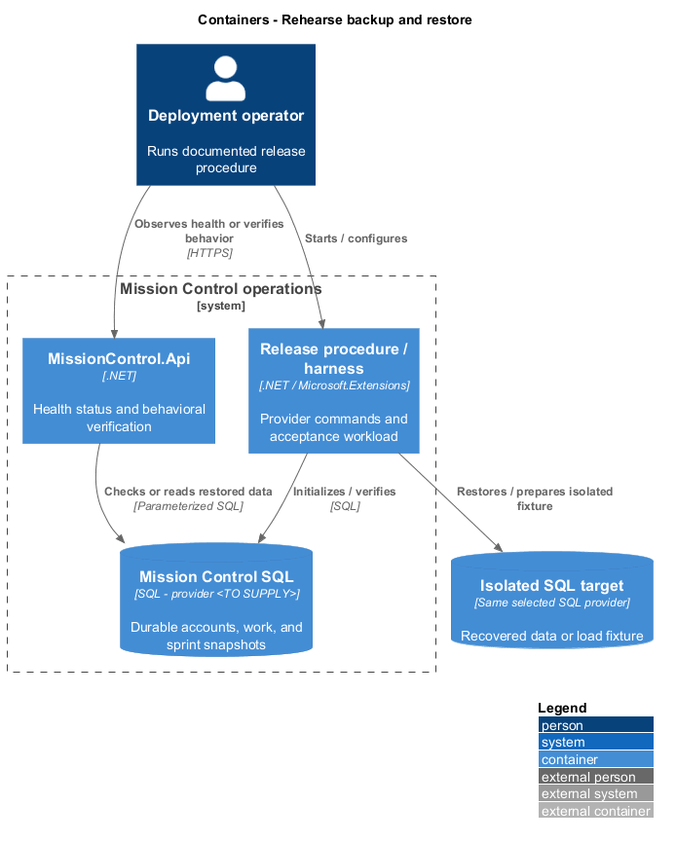
This is docs/detailed-designs/operations/restore-data/diagrams/c4-container.png from QuinntyneBrown/mission-control, a PlantUML export, as it was before one commit.
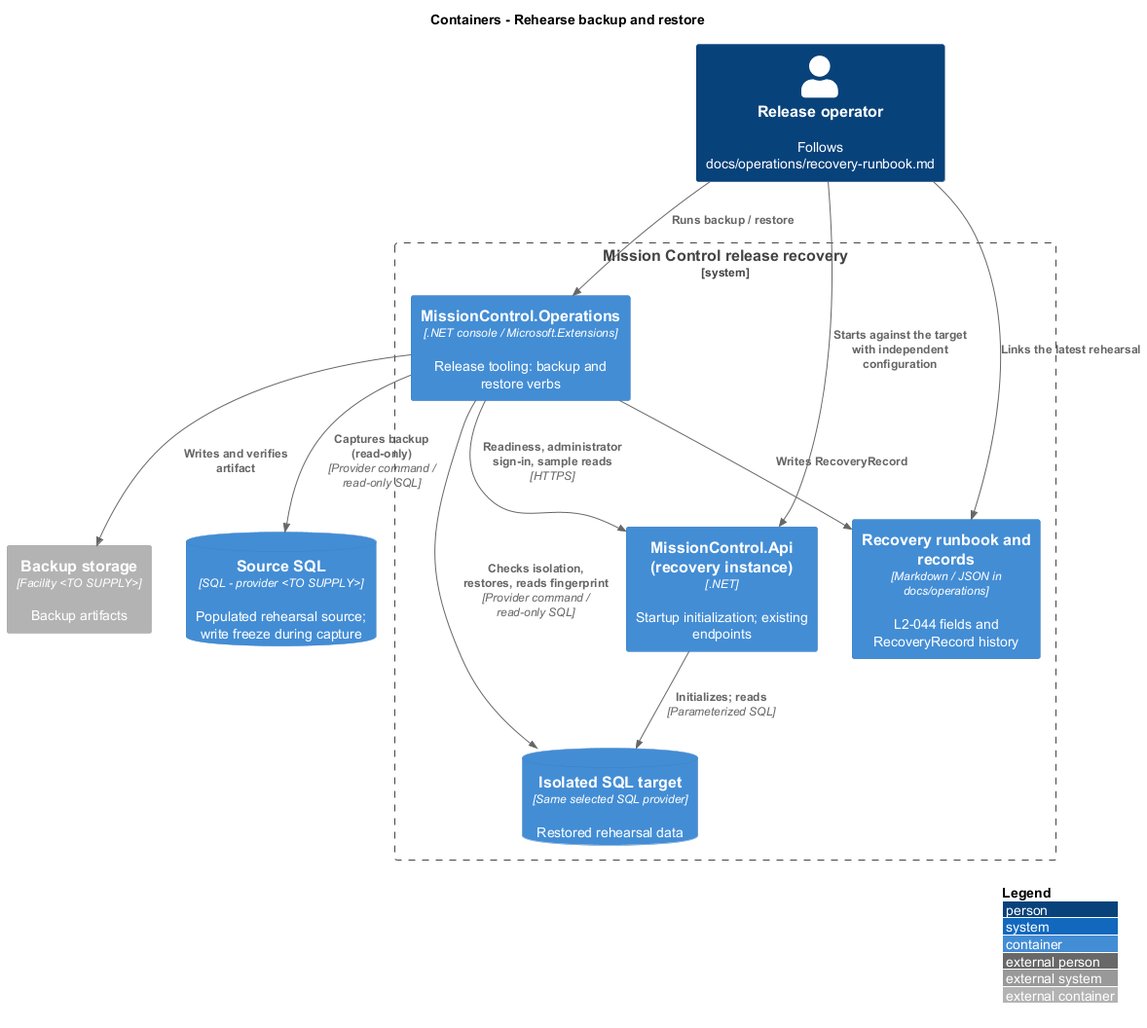
Above is the later version.

The edit, as a diff of the source:
```diff
@@ -2,16 +2,22 @@
 !include <C4/C4_Container>
 LAYOUT_WITH_LEGEND()
 title Containers - Rehearse backup and restore
-Person(actor, "Deployment operator", "Runs documented release procedure")
-System_Boundary(mc, "Mission Control operations") {
-  Container(runner, "Release procedure / harness", ".NET / Microsoft.Extensions", "Provider commands and acceptance workload")
-  Container(api, "MissionControl.Api", ".NET", "Health status and behavioral verification")
-  ContainerDb(db, "Mission Control SQL", "SQL - provider <TO SUPPLY>", "Durable accounts, work, and sprint snapshots")
+Person(actor, "Release operator", "Follows docs/operations/recovery-runbook.md")
+ContainerDb(db, "Source SQL", "SQL - provider <TO SUPPLY>", "Populated rehearsal source; write freeze during capture")
+Container_Ext(storage, "Backup storage", "Facility <TO SUPPLY>", "Backup artifacts")
+System_Boundary(mc, "Mission Control release recovery") {
+  Container(runner, "MissionControl.Operations", ".NET console / Microsoft.Extensions", "Release tooling: backup and restore verbs")
+  ContainerDb(target, "Isolated SQL target", "Same selected SQL provider", "Restored rehearsal data")
+  Container(api, "MissionControl.Api (recovery instance)", ".NET", "Startup initialization; existing endpoints")
+  Container(records, "Recovery runbook and records", "Markdown / JSON in docs/operations", "L2-044 fields and RecoveryRecord history")
 }
-Rel(actor, runner, "Starts / configures")
-Rel(runner, db, "Initializes / verifies", "SQL")
-Rel(actor, api, "Observes health or verifies behavior", "HTTPS")
-Rel(api, db, "Checks or reads restored data", "Parameterized SQL")
-ContainerDb(target, "Isolated SQL target", "Same selected SQL provider", "Recovered data or load fixture")
-Rel(runner, target, "Restores / prepares isolated fixture")
+Rel(actor, runner, "Runs backup / restore")
+Rel(runner, db, "Captures backup (read-only)", "Provider command / read-only SQL")
+Rel(runner, storage, "Writes and verifies artifact")
+Rel(runner, target, "Checks isolation, restores, reads fingerprint", "Provider command / read-only SQL")
+Rel(actor, api, "Starts against the target with independent configuration")
+Rel(api, target, "Initializes; reads", "Parameterized SQL")
+Rel(runner, api, "Readiness, administrator sign-in, sample reads", "HTTPS")
+Rel(runner, records, "Writes RecoveryRecord")
+Rel(actor, records, "Links the latest rehearsal")
 @enduml
```
